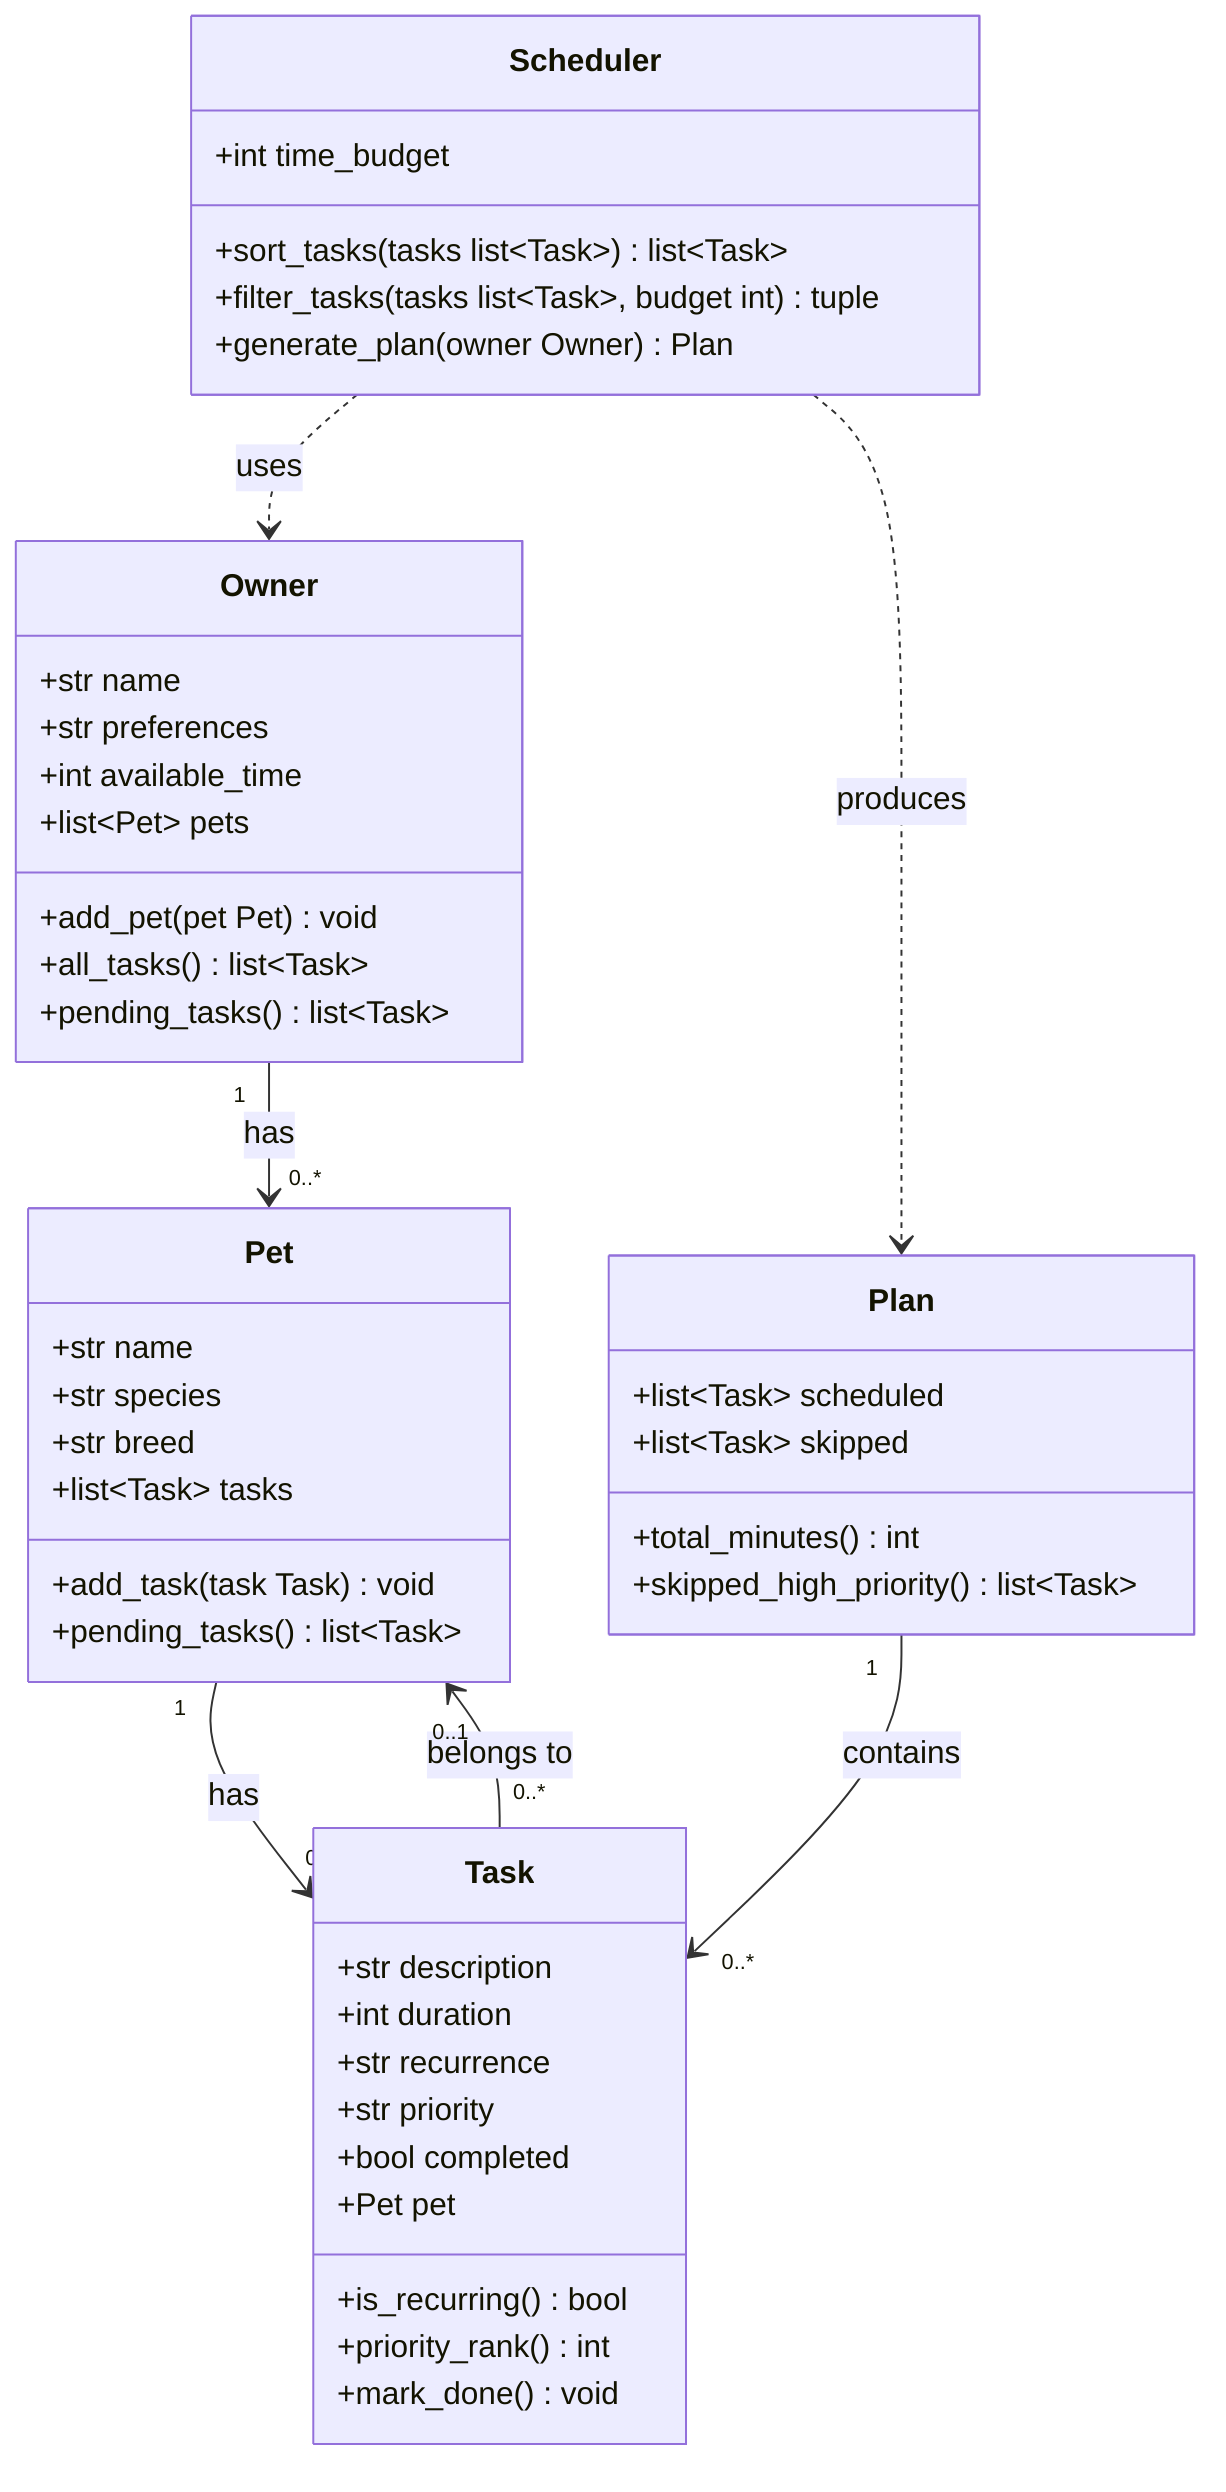
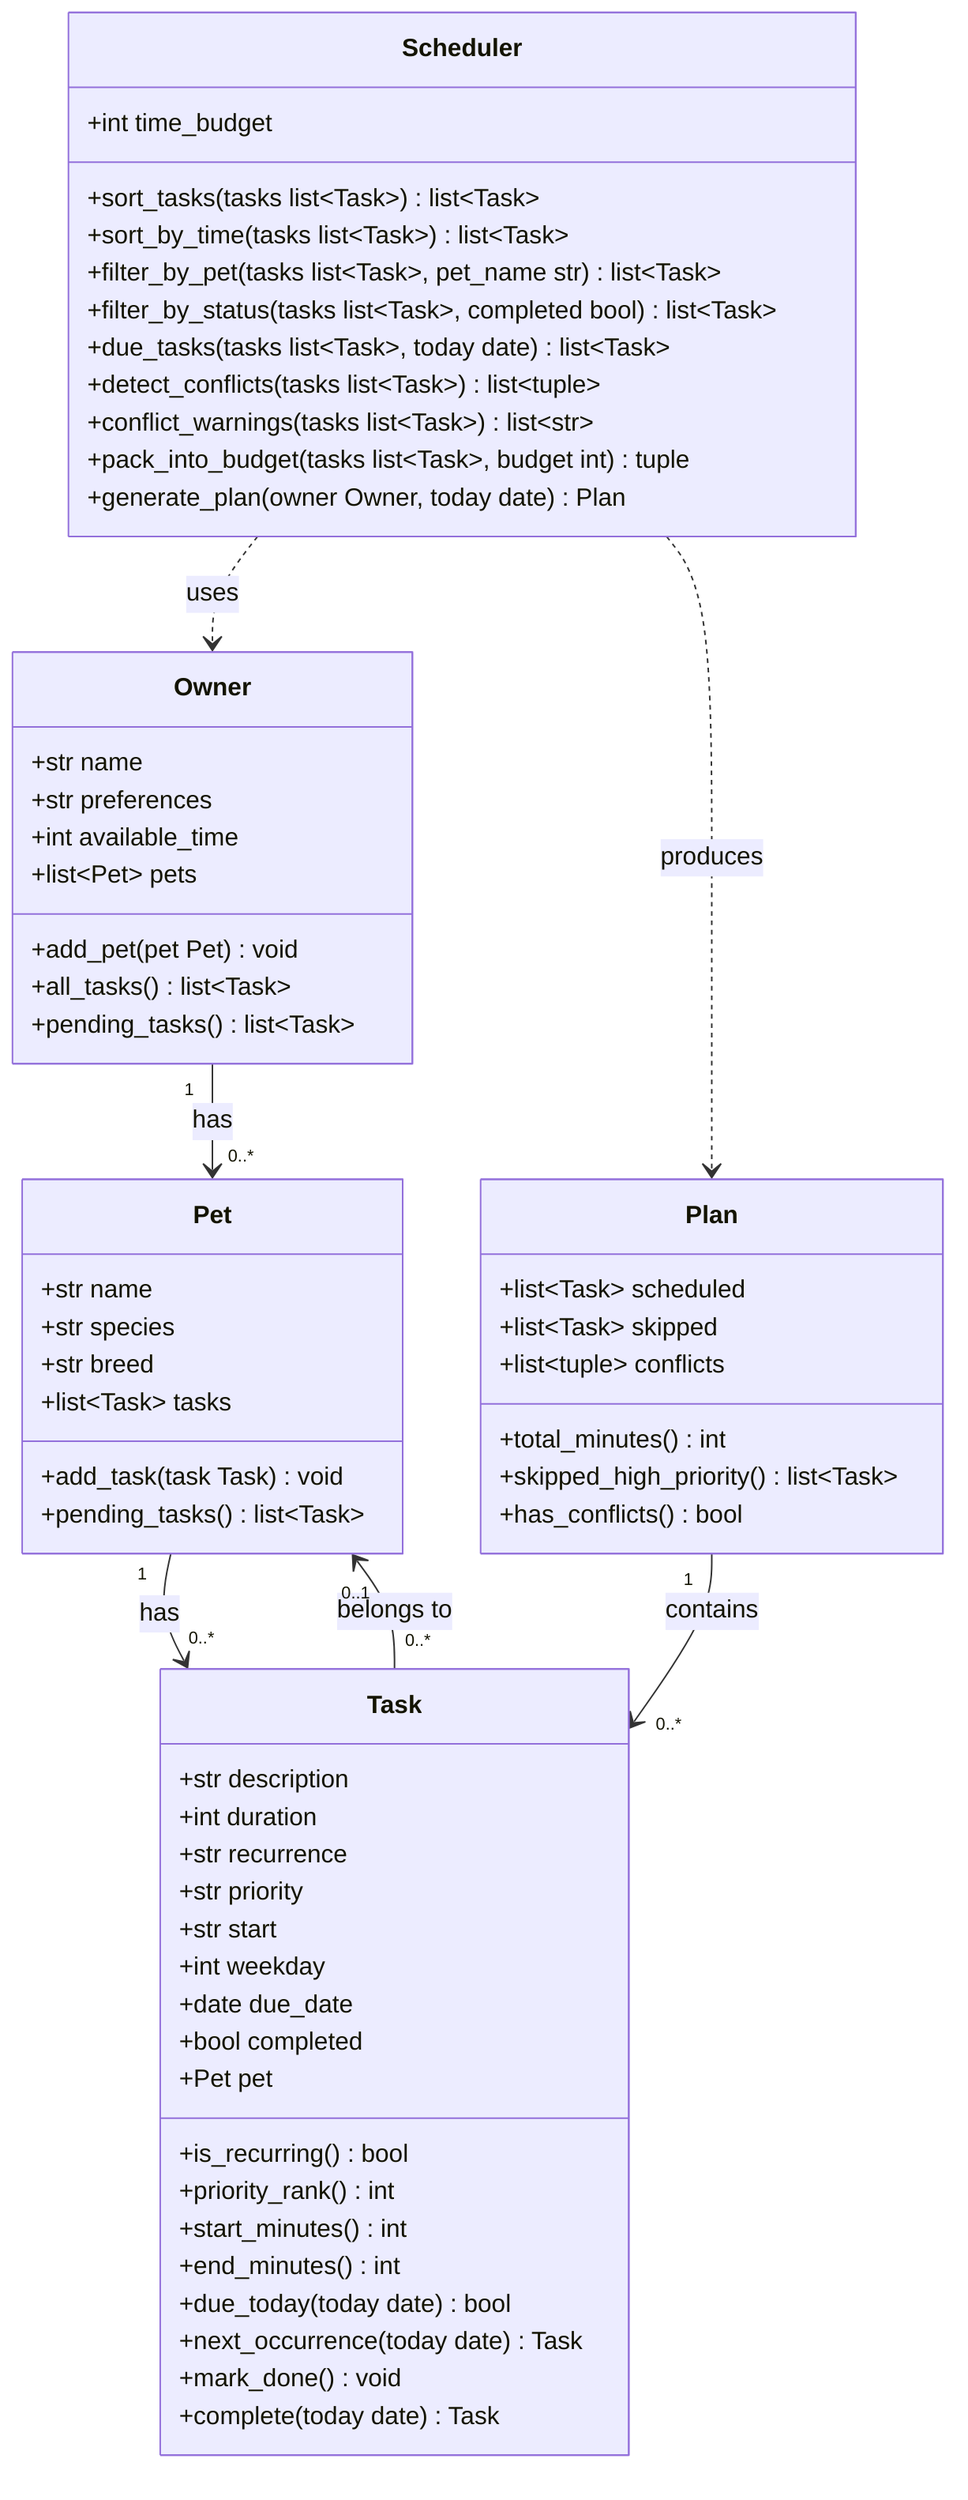
classDiagram
    %% PawPal+ initial UML design (4 classes: Owner, Pet, Task, Scheduler)
    %% Keep this file updated so it matches your final implementation.

    class Owner {
        +str name
        +str preferences
        +int available_time
        +list~Pet~ pets
        +add_pet(pet Pet) void
        +all_tasks() list~Task~
        +pending_tasks() list~Task~
    }

    class Pet {
        +str name
        +str species
        +str breed
        +list~Task~ tasks
        +add_task(task Task) void
        +pending_tasks() list~Task~
    }

    class Task {
        +str description
        +int duration
        +str recurrence
        +str priority
+         +str start
+         +int weekday
+         +date due_date
        +bool completed
        +Pet pet
        +is_recurring() bool
        +priority_rank() int
+         +start_minutes() int
+         +end_minutes() int
+         +due_today(today date) bool
+         +next_occurrence(today date) Task
        +mark_done() void
+         +complete(today date) Task
    }

    class Plan {
        +list~Task~ scheduled
        +list~Task~ skipped
+         +list~tuple~ conflicts
        +total_minutes() int
        +skipped_high_priority() list~Task~
+         +has_conflicts() bool
    }

    class Scheduler {
        +int time_budget
        +sort_tasks(tasks list~Task~) list~Task~
-         +filter_tasks(tasks list~Task~, budget int) tuple
-         +generate_plan(owner Owner) Plan
+         +sort_by_time(tasks list~Task~) list~Task~
+         +filter_by_pet(tasks list~Task~, pet_name str) list~Task~
+         +filter_by_status(tasks list~Task~, completed bool) list~Task~
+         +due_tasks(tasks list~Task~, today date) list~Task~
+         +detect_conflicts(tasks list~Task~) list~tuple~
+         +conflict_warnings(tasks list~Task~) list~str~
+         +pack_into_budget(tasks list~Task~, budget int) tuple
+         +generate_plan(owner Owner, today date) Plan
    }

    Owner "1" --> "0..*" Pet : has
    Pet "1" --> "0..*" Task : has
    Task "0..*" --> "0..1" Pet : belongs to
    Scheduler ..> Owner : uses
    Scheduler ..> Plan : produces
    Plan "1" --> "0..*" Task : contains
